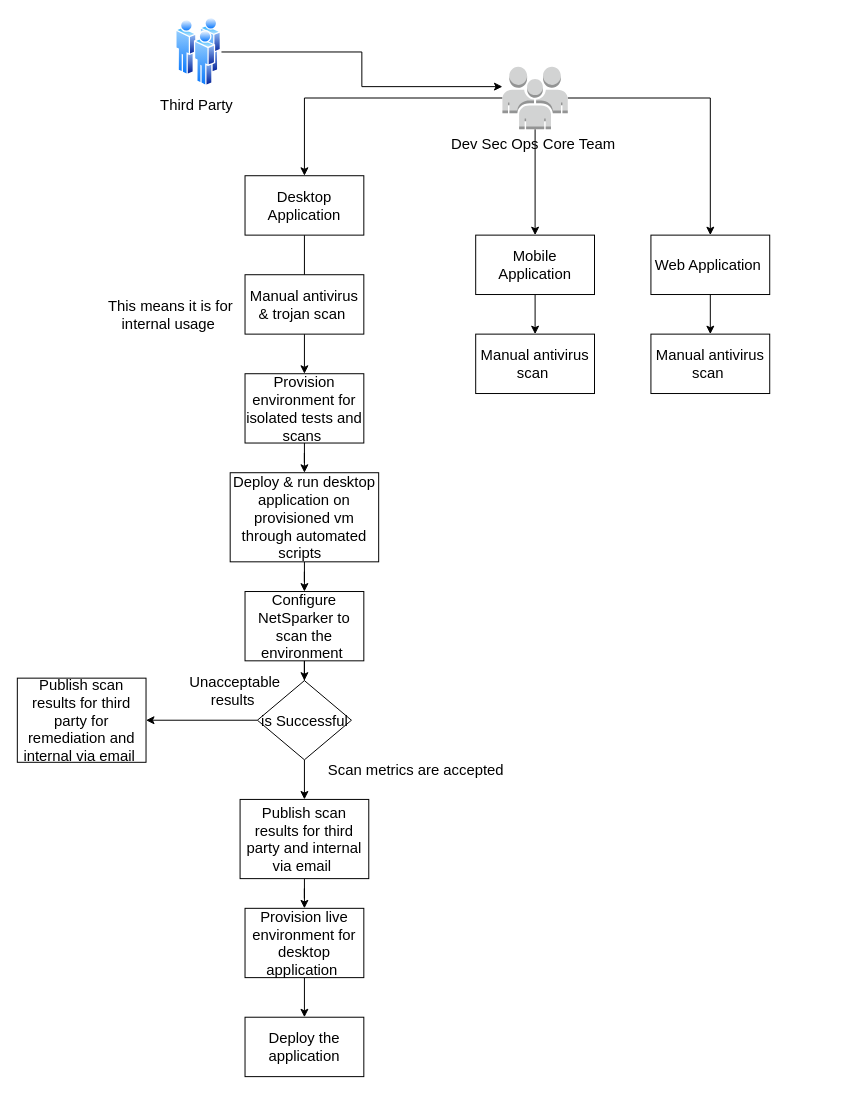
Above: page "External process" (3 of 3) of icurity.drawio in tyger-rareatom/consulting-architectures (draw.io), before the change. Source tidied: cells renumbered, new cells numbered last; positions are measured from the earlier drawing's top-left corner, leaving out a move shared by most shapes. Both pictures are drawn from the tidied source at 99%, with x=0, y=0 at pixel (17, 17).
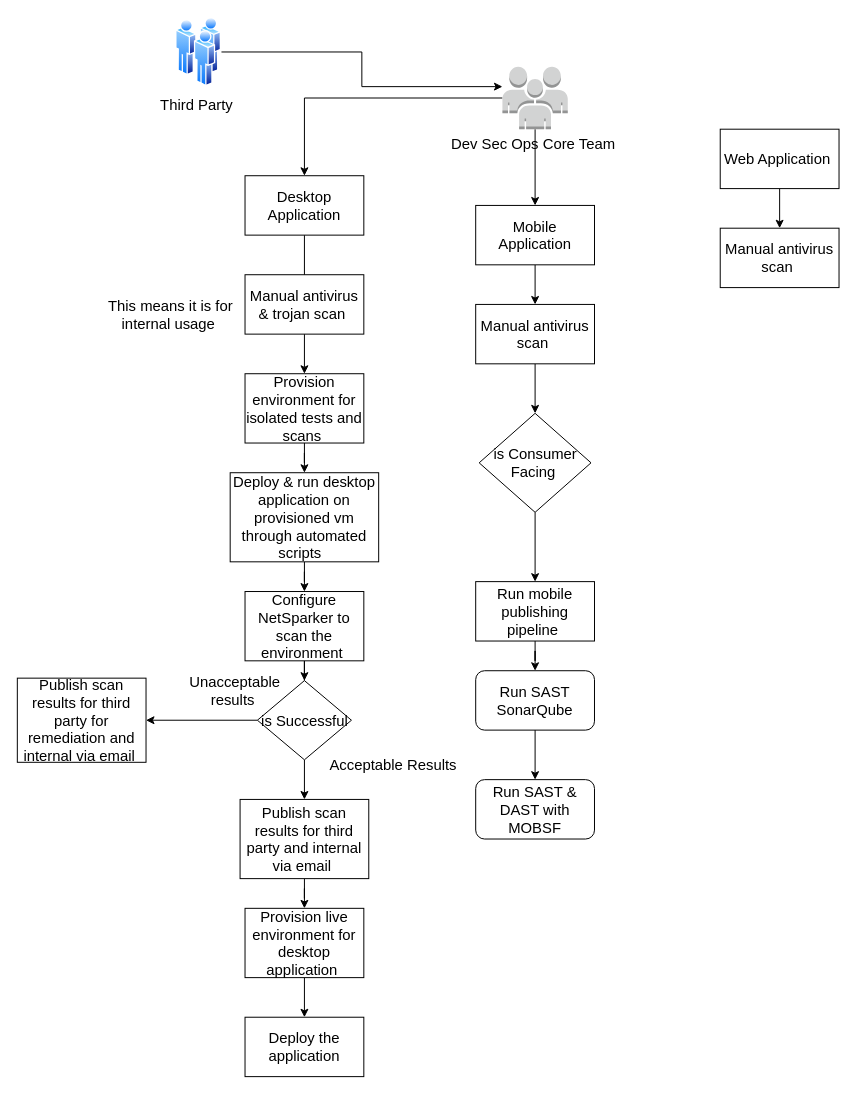
The same diagram, later.

Commit message:
Added stage for mobile security testing

Unchanged cells that the change refers to:
```xml
<mxCell id="7" value="Dev Sec Ops Core Team&amp;nbsp;" style="outlineConnect=0;dashed=0;verticalLabelPosition=bottom;verticalAlign=top;align=center;html=1;shape=mxgraph.aws3.users;fillColor=#D2D3D3;gradientColor=none;fontSize=15;" parent="1" vertex="1">
  <mxGeometry x="490" y="50" width="66" height="63" as="geometry" />
</mxCell>
```

Change to the diagram source:
```diff
@@
-    <mxCell id="6" style="edgeStyle=orthogonalEdgeStyle;rounded=0;jettySize=auto;html=1;fontSize=15;" parent="1" edge="1" source="7" target="13">
-      <mxGeometry relative="1" as="geometry" />
-    </mxCell>
@@
     <mxCell id="11" value="Mobile Application" style="rounded=0;whiteSpace=wrap;html=1;fontSize=15;" parent="1" vertex="1">
-      <mxGeometry x="463" y="220" width="120" height="60" as="geometry" />
+      <mxGeometry x="463" y="190" width="120" height="60" as="geometry" />
     </mxCell>
@@
     <mxCell id="13" value="Web Application&amp;nbsp;" style="rounded=0;whiteSpace=wrap;html=1;fontSize=15;" parent="1" vertex="1">
-      <mxGeometry x="640" y="220" width="120" height="60" as="geometry" />
+      <mxGeometry x="710" y="113" width="120" height="60" as="geometry" />
     </mxCell>
@@
+    <mxCell id="36" style="edgeStyle=orthogonalEdgeStyle;rounded=0;jettySize=auto;html=1;fontSize=15;" parent="1" edge="1" source="17" target="38">
+      <mxGeometry relative="1" as="geometry" />
+    </mxCell>
     <mxCell id="17" value="Manual antivirus scan&amp;nbsp;" style="rounded=0;whiteSpace=wrap;html=1;fontSize=15;" parent="1" vertex="1">
-      <mxGeometry x="463" y="320" width="120" height="60" as="geometry" />
+      <mxGeometry x="463" y="290" width="120" height="60" as="geometry" />
     </mxCell>
     <mxCell id="18" value="Manual antivirus scan&amp;nbsp;" style="rounded=0;whiteSpace=wrap;html=1;fontSize=15;" parent="1" vertex="1">
-      <mxGeometry x="640" y="320" width="120" height="60" as="geometry" />
+      <mxGeometry x="710" y="213" width="120" height="60" as="geometry" />
     </mxCell>
@@
-    <mxCell id="30" value="Scan metrics are accepted&amp;nbsp;" style="text;html=1;strokeColor=none;fillColor=none;align=center;verticalAlign=middle;whiteSpace=wrap;rounded=0;fontSize=15;" parent="1" vertex="1">
-      <mxGeometry x="310" y="740" width="190" height="40" as="geometry" />
+    <mxCell id="30" value="Acceptable Results&amp;nbsp;" style="text;html=1;strokeColor=none;fillColor=none;align=center;verticalAlign=middle;whiteSpace=wrap;rounded=0;fontSize=15;" parent="1" vertex="1">
+      <mxGeometry x="296.5" y="740" width="170" height="30" as="geometry" />
     </mxCell>
@@
+    <mxCell id="37" style="edgeStyle=orthogonalEdgeStyle;rounded=0;jettySize=auto;html=1;fontSize=15;" parent="1" edge="1" source="38" target="40">
+      <mxGeometry relative="1" as="geometry" />
+    </mxCell>
+    <mxCell id="38" value="is Consumer Facing&amp;nbsp;" style="rhombus;whiteSpace=wrap;html=1;fontSize=15;" parent="1" vertex="1">
+      <mxGeometry x="466.5" y="400" width="113" height="100" as="geometry" />
+    </mxCell>
+    <mxCell id="39" style="edgeStyle=orthogonalEdgeStyle;rounded=0;jettySize=auto;html=1;fontSize=15;" parent="1" edge="1" source="40" target="42">
+      <mxGeometry relative="1" as="geometry" />
+    </mxCell>
+    <mxCell id="40" value="Run mobile publishing pipeline&amp;nbsp;" style="rounded=0;whiteSpace=wrap;html=1;fontSize=15;" parent="1" vertex="1">
+      <mxGeometry x="463" y="570" width="120" height="60" as="geometry" />
+    </mxCell>
+    <mxCell id="41" style="edgeStyle=orthogonalEdgeStyle;rounded=0;jettySize=auto;html=1;fontSize=15;" parent="1" edge="1" source="42" target="43">
+      <mxGeometry relative="1" as="geometry" />
+    </mxCell>
+    <mxCell id="42" value="Run SAST&lt;br&gt;SonarQube" style="rounded=1;whiteSpace=wrap;html=1;fontSize=15;" parent="1" vertex="1">
+      <mxGeometry x="463" y="660" width="120" height="60" as="geometry" />
+    </mxCell>
+    <mxCell id="43" value="Run SAST &amp;amp;&lt;br&gt;DAST with MOBSF" style="rounded=1;whiteSpace=wrap;html=1;fontSize=15;" parent="1" vertex="1">
+      <mxGeometry x="463" y="770" width="120" height="60" as="geometry" />
+    </mxCell>
```
